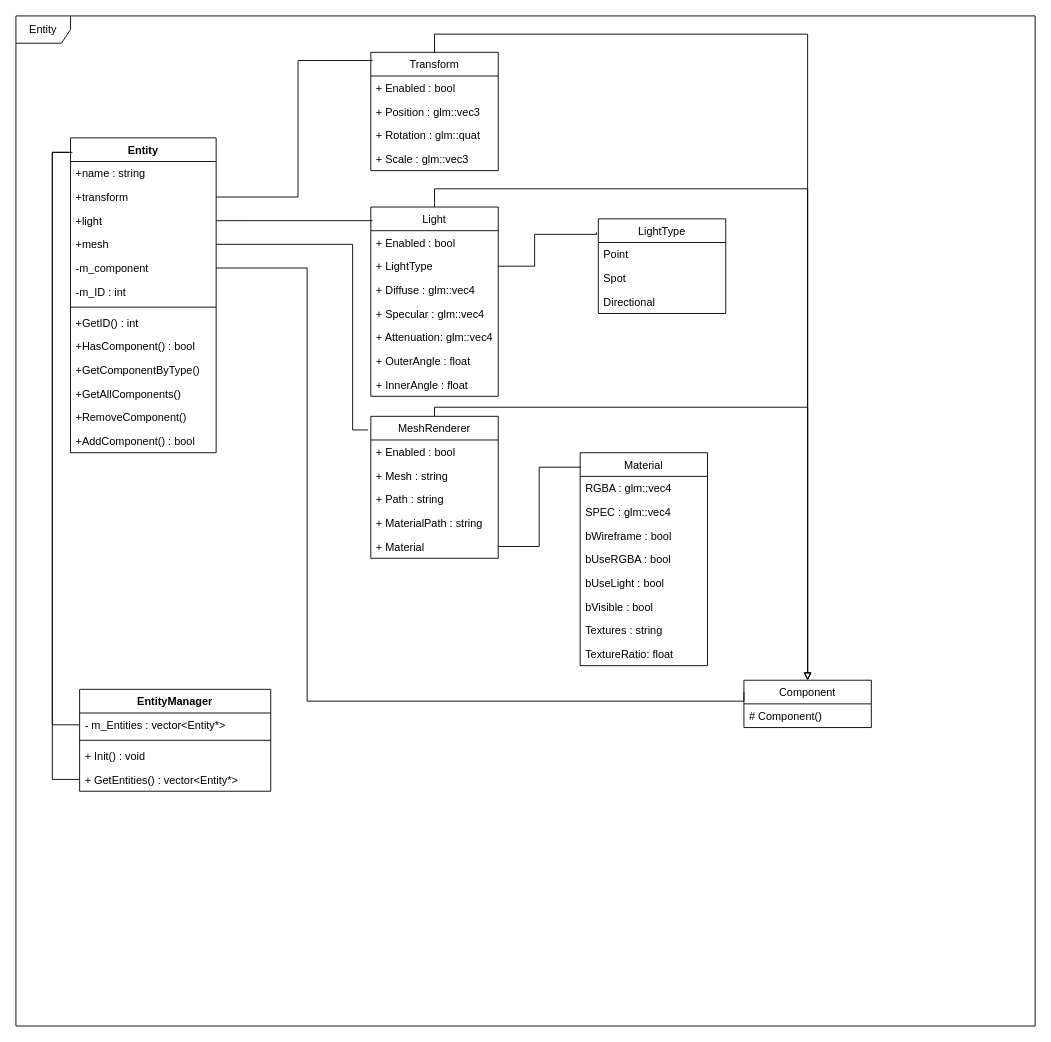
Before: page "Entity" (3 of 14) of UMLDiagram.drawio in hazN/ECS_Engine, a draw.io diagram. Source tidied: cells renumbered, new cells numbered last; positions are measured from the earlier drawing's top-left corner, leaving out a move shared by most shapes. Both pictures are drawn from the tidied source at 91%, with x=0, y=0 at pixel (15, 15).
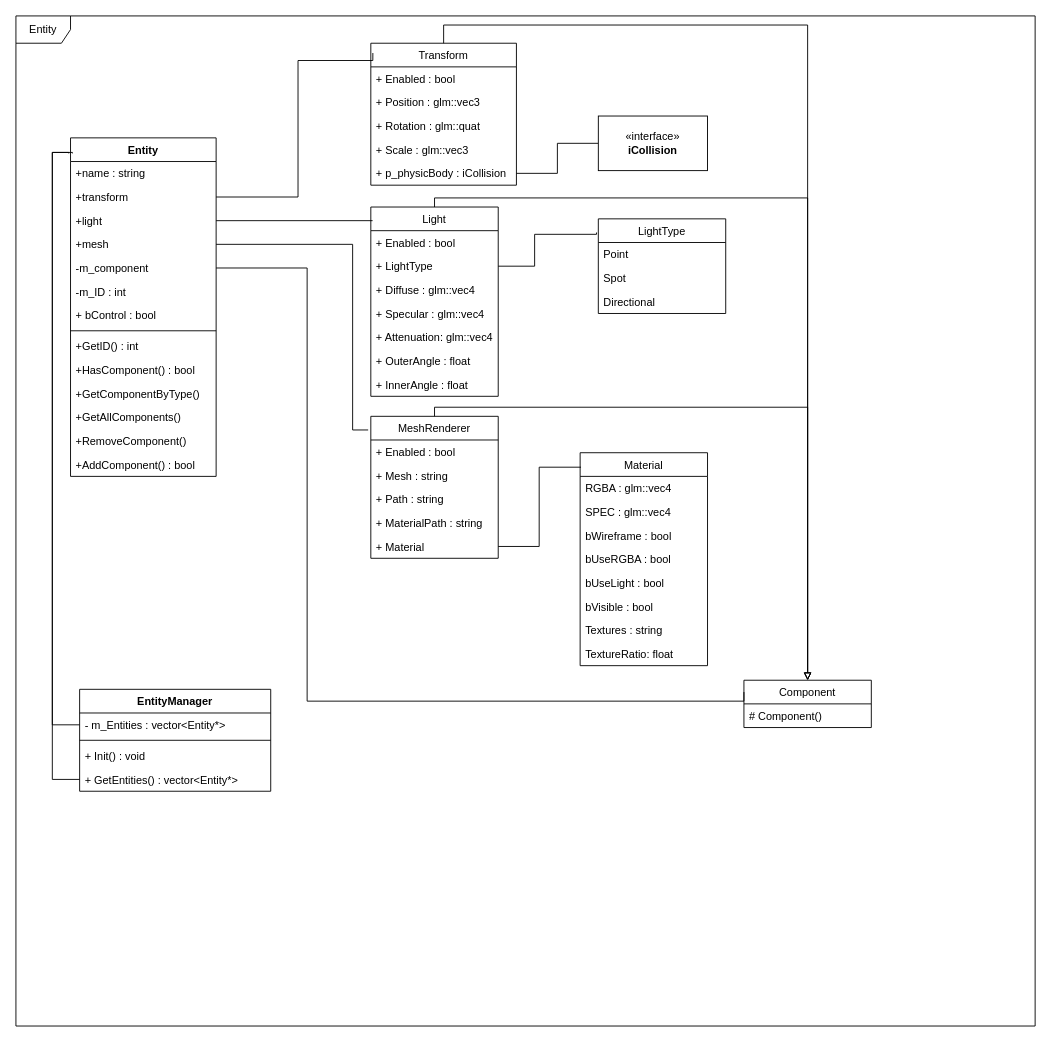
The same page after the edit.

The change refers to these unchanged cells:
```xml
<mxCell id="27" value="Light" style="swimlane;fontStyle=0;horizontal=1;startSize=26;fillColor=none;" parent="1" vertex="1">
  <mxGeometry x="390" y="210" width="140" height="208" as="geometry" />
</mxCell>
<mxCell id="41" value="Component" style="swimlane;fontStyle=0;horizontal=1;startSize=26;fillColor=none;" parent="1" vertex="1">
  <mxGeometry x="800" y="730" width="140" height="52" as="geometry" />
</mxCell>
```

Change to the diagram source:
```diff
@@
     <mxCell id="3" value="Entity" style="swimlane;fontStyle=1;align=center;verticalAlign=top;horizontal=1;startSize=26;" parent="1" vertex="1">
-      <mxGeometry x="60" y="134" width="160" height="346" as="geometry" />
+      <mxGeometry x="60" y="134" width="160" height="372" as="geometry" />
     </mxCell>
@@
+    <mxCell id="67" value="+ bControl : bool" style="text;strokeColor=none;fillColor=none;align=left;verticalAlign=top;spacingLeft=4;spacingRight=4;overflow=hidden;" parent="3" vertex="1">
+      <mxGeometry y="182" width="160" height="26" as="geometry" />
+    </mxCell>
     <mxCell id="10" style="line;strokeWidth=1;fillColor=none;align=left;verticalAlign=middle;spacingTop=-1;spacingLeft=3;spacingRight=3;labelPosition=right;strokeColor=inherit;" parent="3" vertex="1">
-      <mxGeometry y="182" width="160" height="8" as="geometry" />
+      <mxGeometry y="208" width="160" height="8" as="geometry" />
     </mxCell>
     <mxCell id="11" value="+GetID() : int" style="text;strokeColor=none;fillColor=none;align=left;verticalAlign=top;spacingLeft=4;spacingRight=4;overflow=hidden;" parent="3" vertex="1">
-      <mxGeometry y="190" width="160" height="26" as="geometry" />
+      <mxGeometry y="216" width="160" height="26" as="geometry" />
     </mxCell>
     <mxCell id="12" value="+HasComponent() : bool" style="text;strokeColor=none;fillColor=none;align=left;verticalAlign=top;spacingLeft=4;spacingRight=4;overflow=hidden;" parent="3" vertex="1">
-      <mxGeometry y="216" width="160" height="26" as="geometry" />
+      <mxGeometry y="242" width="160" height="26" as="geometry" />
     </mxCell>
     <mxCell id="13" value="+GetComponentByType()" style="text;strokeColor=none;fillColor=none;align=left;verticalAlign=top;spacingLeft=4;spacingRight=4;overflow=hidden;" parent="3" vertex="1">
-      <mxGeometry y="242" width="160" height="26" as="geometry" />
+      <mxGeometry y="268" width="160" height="26" as="geometry" />
     </mxCell>
     <mxCell id="14" value="+GetAllComponents()" style="text;strokeColor=none;fillColor=none;align=left;verticalAlign=top;spacingLeft=4;spacingRight=4;overflow=hidden;" parent="3" vertex="1">
-      <mxGeometry y="268" width="160" height="26" as="geometry" />
+      <mxGeometry y="294" width="160" height="26" as="geometry" />
     </mxCell>
     <mxCell id="15" value="+RemoveComponent()" style="text;strokeColor=none;fillColor=none;align=left;verticalAlign=top;spacingLeft=4;spacingRight=4;overflow=hidden;" parent="3" vertex="1">
-      <mxGeometry y="294" width="160" height="26" as="geometry" />
+      <mxGeometry y="320" width="160" height="26" as="geometry" />
     </mxCell>
     <mxCell id="16" value="+AddComponent() : bool" style="text;strokeColor=none;fillColor=none;align=left;verticalAlign=top;spacingLeft=4;spacingRight=4;overflow=hidden;" parent="3" vertex="1">
-      <mxGeometry y="320" width="160" height="26" as="geometry" />
+      <mxGeometry y="346" width="160" height="26" as="geometry" />
     </mxCell>
@@
     <mxCell id="21" value="Transform" style="swimlane;fontStyle=0;horizontal=1;startSize=26;fillColor=none;" parent="1" vertex="1">
-      <mxGeometry x="390" y="40" width="140" height="130" as="geometry" />
+      <mxGeometry x="390" y="30" width="160" height="156" as="geometry" />
     </mxCell>
     <mxCell id="22" value="+ Enabled : bool" style="text;strokeColor=none;fillColor=none;align=left;verticalAlign=top;spacingLeft=4;spacingRight=4;overflow=hidden;" parent="21" vertex="1">
-      <mxGeometry y="26" width="140" height="26" as="geometry" />
+      <mxGeometry y="26" width="160" height="26" as="geometry" />
     </mxCell>
     <mxCell id="23" value="+ Position : glm::vec3" style="text;strokeColor=none;fillColor=none;align=left;verticalAlign=top;spacingLeft=4;spacingRight=4;overflow=hidden;" parent="21" vertex="1">
-      <mxGeometry y="52" width="140" height="26" as="geometry" />
+      <mxGeometry y="52" width="160" height="26" as="geometry" />
     </mxCell>
     <mxCell id="24" value="+ Rotation : glm::quat" style="text;strokeColor=none;fillColor=none;align=left;verticalAlign=top;spacingLeft=4;spacingRight=4;overflow=hidden;" parent="21" vertex="1">
-      <mxGeometry y="78" width="140" height="26" as="geometry" />
+      <mxGeometry y="78" width="160" height="26" as="geometry" />
     </mxCell>
     <mxCell id="25" value="+ Scale : glm::vec3" style="text;strokeColor=none;fillColor=none;align=left;verticalAlign=top;spacingLeft=4;spacingRight=4;overflow=hidden;" parent="21" vertex="1">
-      <mxGeometry y="104" width="140" height="26" as="geometry" />
+      <mxGeometry y="104" width="160" height="26" as="geometry" />
     </mxCell>
+    <mxCell id="68" value="+ p_physicBody : iCollision" style="text;strokeColor=none;fillColor=none;align=left;verticalAlign=top;spacingLeft=4;spacingRight=4;overflow=hidden;points=[[0,0.5],[1,0.5]];portConstraint=eastwest;" parent="21" vertex="1">
+      <mxGeometry y="130" width="160" height="26" as="geometry" />
+    </mxCell>
     <mxCell id="26" style="edgeStyle=orthogonalEdgeStyle;rounded=0;jettySize=auto;html=1;exitX=0.5;exitY=0;exitDx=0;exitDy=0;entryX=0.5;entryY=0;entryDx=0;entryDy=0;endArrow=block;endFill=0;" parent="1" edge="1" source="27" target="41">
-      <mxGeometry relative="1" as="geometry" />
+      <mxGeometry relative="1" as="geometry">
+        <Array as="points">
+          <mxPoint x="460" y="200" />
+          <mxPoint x="870" y="200" />
+        </Array>
+      </mxGeometry>
     </mxCell>
@@
+    <mxCell id="69" style="edgeStyle=orthogonalEdgeStyle;rounded=0;jettySize=auto;html=1;endArrow=none;endFill=0;startArrow=none;startFill=0;" parent="1" edge="1" source="70" target="68">
+      <mxGeometry relative="1" as="geometry" />
+    </mxCell>
+    <mxCell id="70" value="«interface»&lt;br&gt;&lt;b&gt;iCollision&lt;/b&gt;" style="html=1;whiteSpace=wrap;" parent="1" vertex="1">
+      <mxGeometry x="640" y="110" width="120" height="60" as="geometry" />
+    </mxCell>
```
